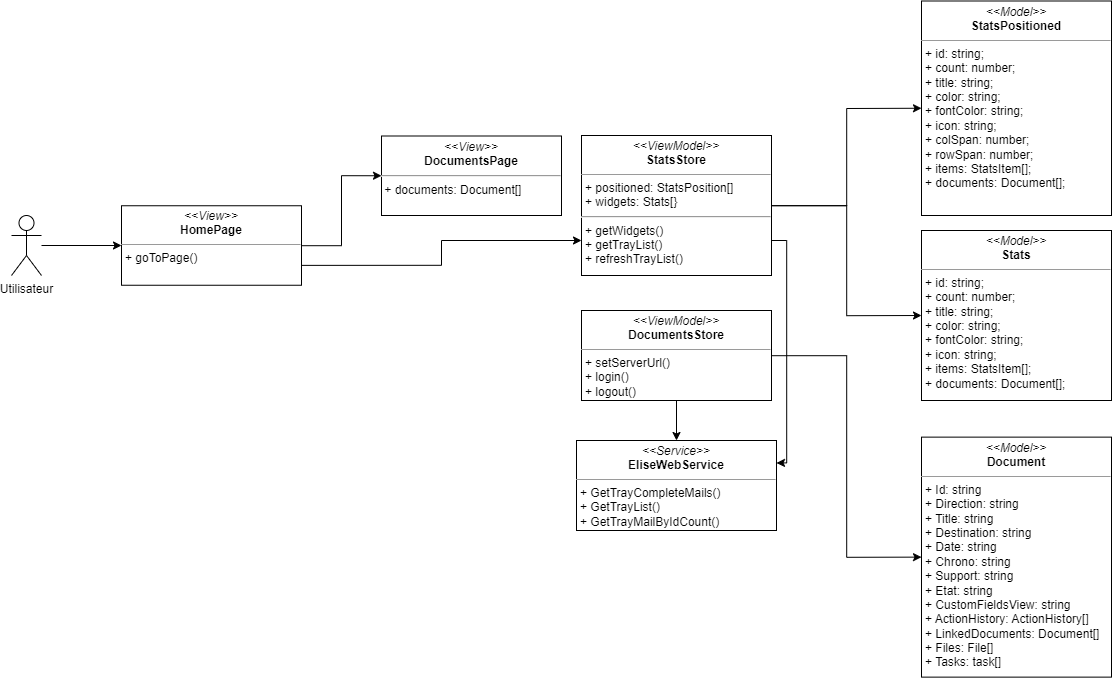
This is images_pfe/dcc_sprint5.png from PFE-Neoledge-2023/rapport, a draw.io export, as it was before one commit. Source tidied: cells renumbered, new cells last; positions are measured from the earlier drawing's top-left corner, leaving out a move shared by most shapes.
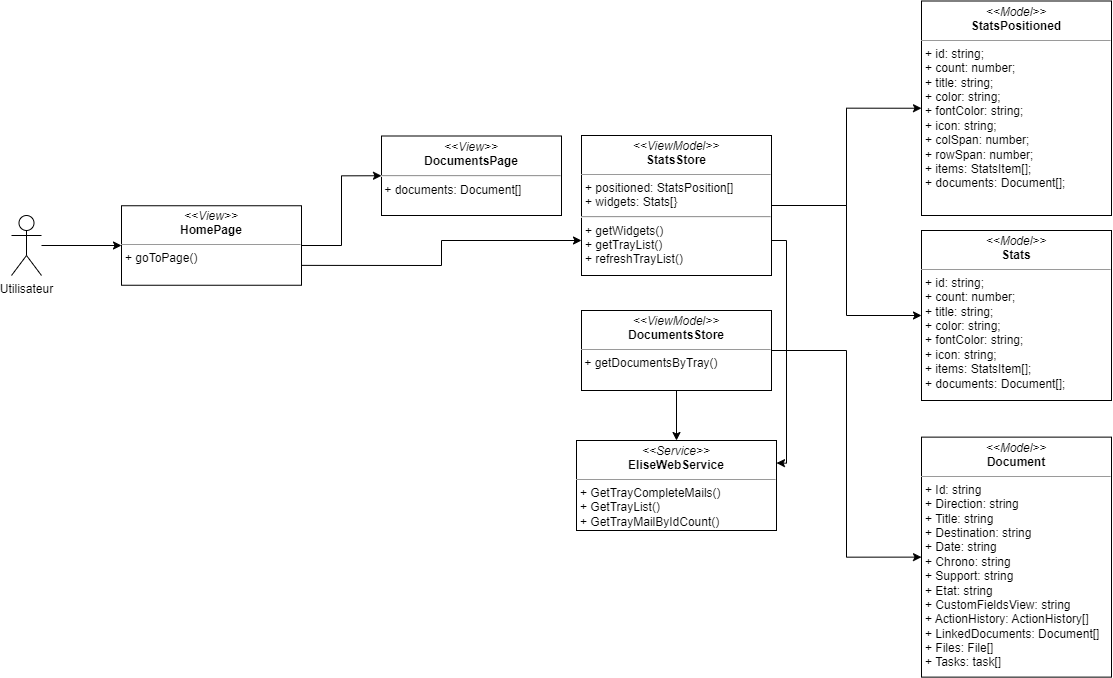
The same diagram one commit later.

The edit, as a diff of the source:
```diff
@@ -44,8 +44,8 @@
     <mxCell id="15" style="edgeStyle=orthogonalEdgeStyle;rounded=0;html=1;entryX=0.5;entryY=0;entryDx=0;entryDy=0;" parent="1" edge="1" source="16" target="9">
       <mxGeometry relative="1" as="geometry" />
     </mxCell>
-    <mxCell id="16" value="&lt;p style=&quot;margin:0px;margin-top:4px;text-align:center;&quot;&gt;&lt;i&gt;&amp;lt;&amp;lt;ViewModel&amp;gt;&amp;gt;&lt;/i&gt;&lt;br&gt;&lt;b&gt;DocumentsStore&lt;/b&gt;&lt;/p&gt;&lt;hr size=&quot;1&quot;&gt;&lt;p style=&quot;margin:0px;margin-left:4px;&quot;&gt;&lt;/p&gt;&lt;p style=&quot;margin:0px;margin-left:4px;&quot;&gt;+ setServerUrl()&lt;/p&gt;&lt;p style=&quot;margin:0px;margin-left:4px;&quot;&gt;+ login()&lt;/p&gt;&lt;p style=&quot;margin:0px;margin-left:4px;&quot;&gt;+ logout()&lt;/p&gt;" style="verticalAlign=top;align=left;overflow=fill;fontSize=12;fontFamily=Helvetica;html=1;whiteSpace=wrap;" parent="1" vertex="1">
-      <mxGeometry x="570" y="310" width="190" height="90" as="geometry" />
+    <mxCell id="16" value="&lt;p style=&quot;margin:0px;margin-top:4px;text-align:center;&quot;&gt;&lt;i&gt;&amp;lt;&amp;lt;ViewModel&amp;gt;&amp;gt;&lt;/i&gt;&lt;br&gt;&lt;b&gt;DocumentsStore&lt;/b&gt;&lt;/p&gt;&lt;hr size=&quot;1&quot;&gt;&lt;p style=&quot;margin:0px;margin-left:4px;&quot;&gt;&lt;/p&gt;&lt;p style=&quot;margin:0px;margin-left:4px;&quot;&gt;&lt;/p&gt;&amp;nbsp;+ getDocumentsByTray()" style="verticalAlign=top;align=left;overflow=fill;fontSize=12;fontFamily=Helvetica;html=1;whiteSpace=wrap;" parent="1" vertex="1">
+      <mxGeometry x="570" y="310" width="190" height="80" as="geometry" />
     </mxCell>
     <mxCell id="17" value="&lt;p style=&quot;margin:0px;margin-top:4px;text-align:center;&quot;&gt;&lt;i&gt;&amp;lt;&amp;lt;Model&amp;gt;&amp;gt;&lt;/i&gt;&lt;br&gt;&lt;b&gt;StatsPositioned&lt;/b&gt;&lt;br&gt;&lt;/p&gt;&lt;hr size=&quot;1&quot;&gt;&lt;p style=&quot;margin:0px;margin-left:4px;&quot;&gt;&lt;/p&gt;&lt;p style=&quot;margin:0px;margin-left:4px;&quot;&gt;+ id: string;&lt;/p&gt;&lt;p style=&quot;margin:0px;margin-left:4px;&quot;&gt;+ count: number;&lt;/p&gt;&lt;p style=&quot;margin:0px;margin-left:4px;&quot;&gt;+ title: string;&lt;/p&gt;&lt;p style=&quot;margin:0px;margin-left:4px;&quot;&gt;+ color: string;&lt;/p&gt;&lt;p style=&quot;margin:0px;margin-left:4px;&quot;&gt;+ fontColor: string;&lt;/p&gt;&lt;p style=&quot;margin:0px;margin-left:4px;&quot;&gt;+ icon: string;&lt;/p&gt;&lt;p style=&quot;margin:0px;margin-left:4px;&quot;&gt;+ colSpan: number;&lt;/p&gt;&lt;p style=&quot;margin:0px;margin-left:4px;&quot;&gt;+ rowSpan: number;&lt;/p&gt;&lt;p style=&quot;margin:0px;margin-left:4px;&quot;&gt;+ items: StatsItem[];&lt;/p&gt;&lt;p style=&quot;margin:0px;margin-left:4px;&quot;&gt;+ documents: Document[];&lt;/p&gt;&lt;div&gt;&lt;br&gt;&lt;/div&gt;" style="verticalAlign=top;align=left;overflow=fill;fontSize=12;fontFamily=Helvetica;html=1;whiteSpace=wrap;" parent="1" vertex="1">
       <mxGeometry x="910" y="0.5" width="190" height="214.5" as="geometry" />
```
